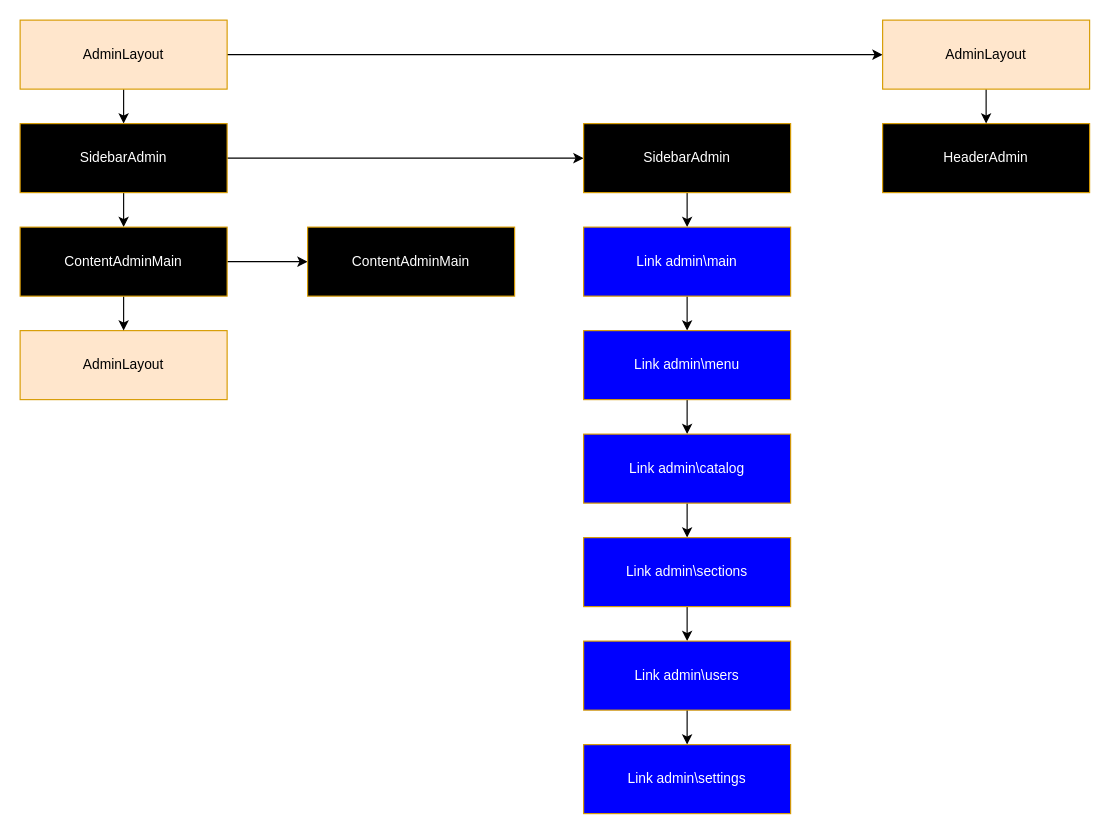
Above: page "Admin Frontend" (1 of 2) of Untitled Diagram.drawio in alexsmith-proff/marketplace_of_flowers (draw.io), before the change. Source tidied: cells renumbered, new cells numbered last; positions are measured from the earlier drawing's top-left corner, leaving out a move shared by most shapes. Both pictures are drawn from the tidied source at 115%, with x=0, y=0 at pixel (20, 20).
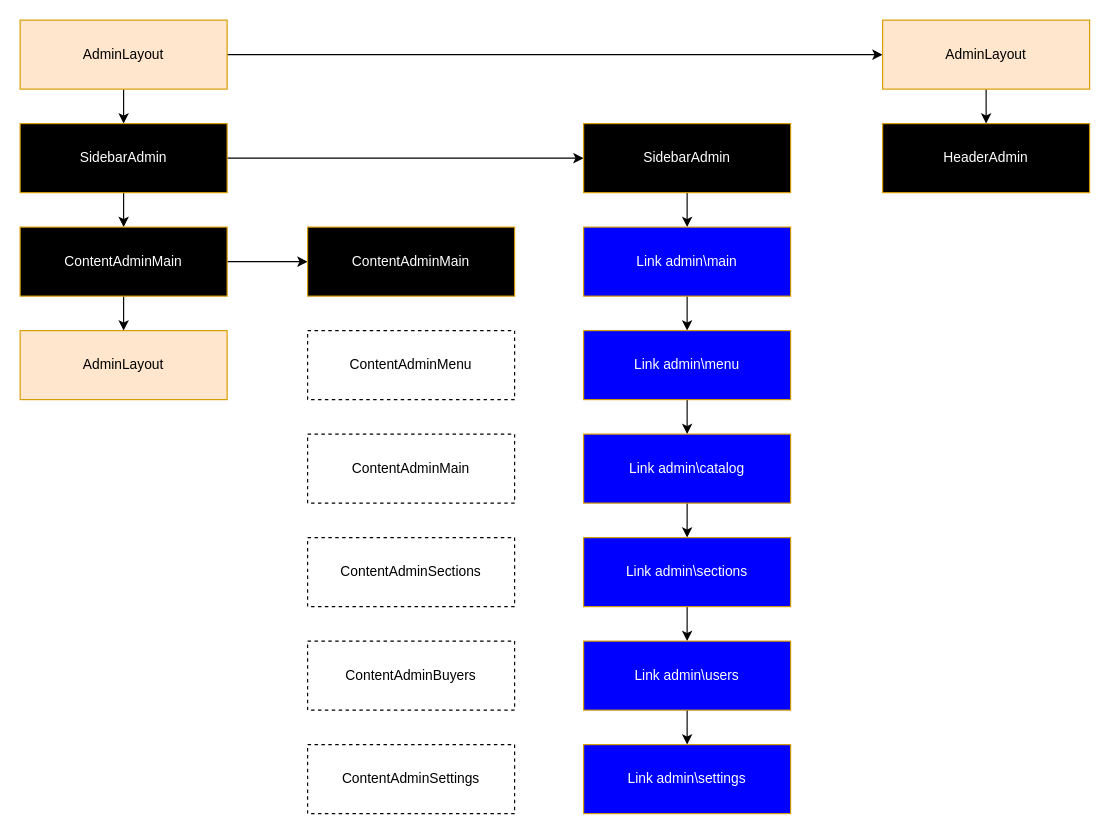
Above is the later version.

What changed in the source:
```diff
@@
+    <mxCell id="30" value="ContentAdminMenu" style="rounded=0;whiteSpace=wrap;html=1;fillColor=#FFFFFF;strokeColor=#000000;fontColor=#000000;fillStyle=auto;dashed=1;" parent="1" vertex="1">
+      <mxGeometry x="250" y="270" width="180" height="60" as="geometry" />
+    </mxCell>
+    <mxCell id="31" value="ContentAdminMain" style="rounded=0;whiteSpace=wrap;html=1;fillColor=#FFFFFF;strokeColor=#000000;fontColor=#000000;fillStyle=auto;dashed=1;" parent="1" vertex="1">
+      <mxGeometry x="250" y="360" width="180" height="60" as="geometry" />
+    </mxCell>
+    <mxCell id="32" value="ContentAdminSections" style="rounded=0;whiteSpace=wrap;html=1;fillColor=#FFFFFF;strokeColor=#000000;fontColor=#000000;fillStyle=auto;dashed=1;" parent="1" vertex="1">
+      <mxGeometry x="250" y="450" width="180" height="60" as="geometry" />
+    </mxCell>
+    <mxCell id="33" value="ContentAdminBuyers" style="rounded=0;whiteSpace=wrap;html=1;fillColor=#FFFFFF;strokeColor=#000000;fontColor=#000000;fillStyle=auto;dashed=1;" parent="1" vertex="1">
+      <mxGeometry x="250" y="540" width="180" height="60" as="geometry" />
+    </mxCell>
+    <mxCell id="34" value="ContentAdminSettings" style="rounded=0;whiteSpace=wrap;html=1;fillColor=#FFFFFF;strokeColor=#000000;fontColor=#000000;fillStyle=auto;dashed=1;" parent="1" vertex="1">
+      <mxGeometry x="250" y="630" width="180" height="60" as="geometry" />
+    </mxCell>
```
